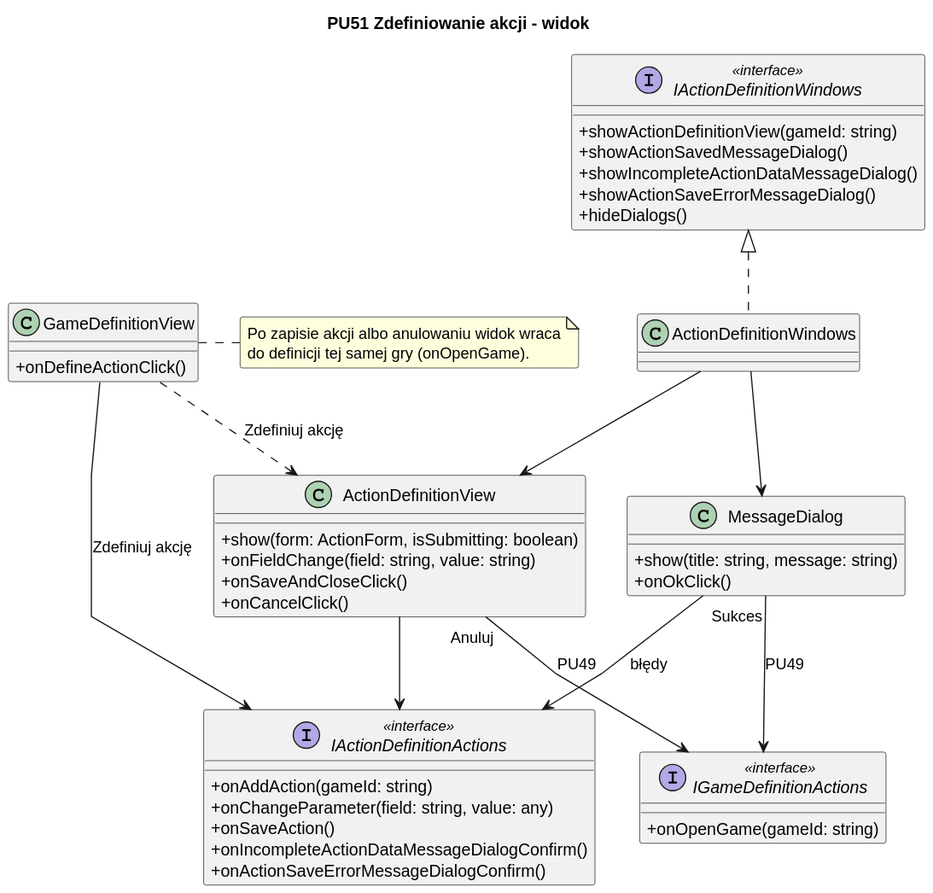
This is diagrams/frontend/rendered/action-definition-view.svg from Igor-Ochocki/POP-2026Z, a PlantUML export, as it was before one commit.
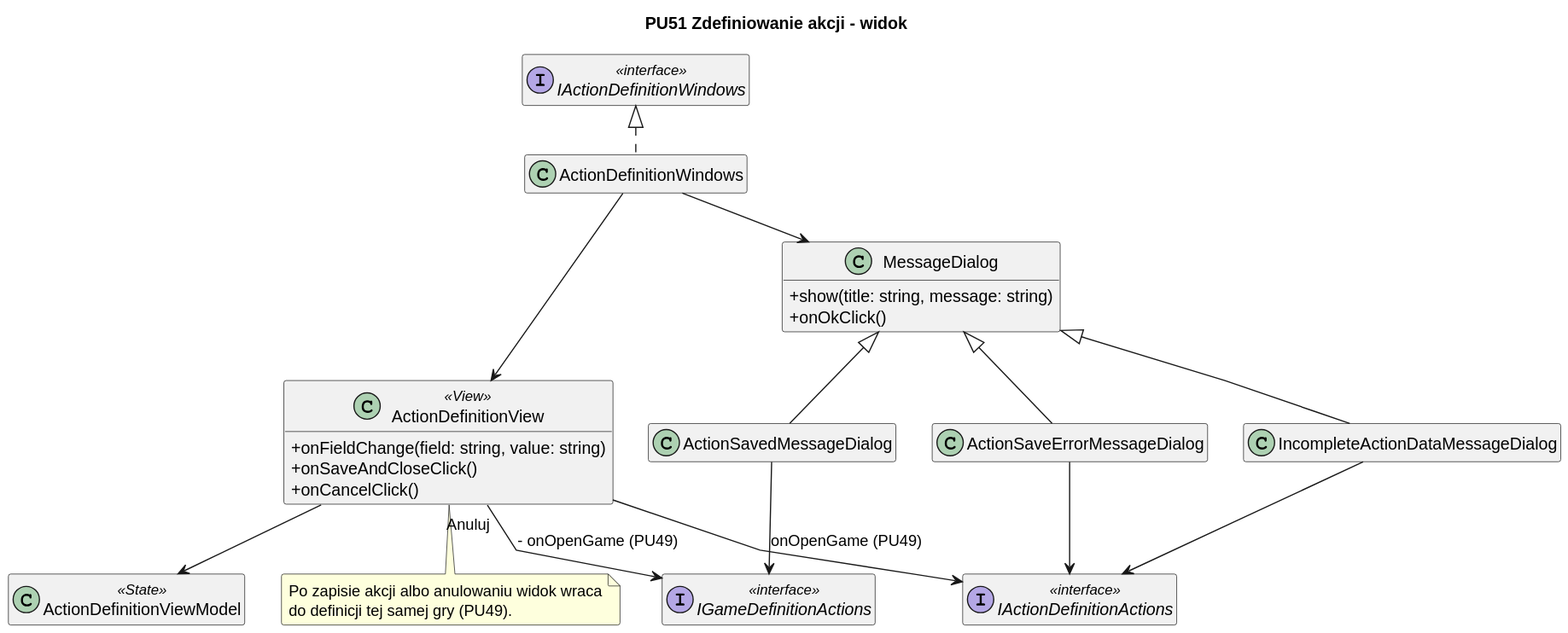
After the change.

Diff of the diagram source:
```diff
@@ -4,15 +4,13 @@
 skinparam shadowing false
 skinparam roundcorner 4
 skinparam linetype polyline
+skinparam nodesep 30
+skinparam ranksep 40
+hide empty members
 
 title PU51 Zdefiniowanie akcji - widok
 
-class GameDefinitionView {
-    + onDefineActionClick()
-}
-
-class ActionDefinitionView {
-    + show(form: ActionForm, isSubmitting: boolean)
+class ActionDefinitionView <<View>> {
     + onFieldChange(field: string, value: string)
     + onSaveAndCloseClick()
     + onCancelClick()
@@ -23,42 +21,33 @@
     + onOkClick()
 }
 
-interface IActionDefinitionActions <<interface>> {
-    + onAddAction(gameId: string)
-    + onChangeParameter(field: string, value: any)
-    + onSaveAction()
-    + onIncompleteActionDataMessageDialogConfirm()
-    + onActionSaveErrorMessageDialogConfirm()
-}
+class ActionSavedMessageDialog
+class IncompleteActionDataMessageDialog
+class ActionSaveErrorMessageDialog
 
-interface IActionDefinitionWindows <<interface>> {
-    + showActionDefinitionView(gameId: string)
-    + showActionSavedMessageDialog()
-    + showIncompleteActionDataMessageDialog()
-    + showActionSaveErrorMessageDialog()
-    + hideDialogs()
-}
-
-interface IGameDefinitionActions <<interface>> {
-    + onOpenGame(gameId: string)
-}
+ActionSavedMessageDialog -u-|> MessageDialog
+IncompleteActionDataMessageDialog -u-|> MessageDialog
+ActionSaveErrorMessageDialog -u-|> MessageDialog
 
 class ActionDefinitionWindows
+interface IActionDefinitionWindows <<interface>>
+interface IActionDefinitionActions <<interface>>
+class ActionDefinitionViewModel <<State>>
+interface IGameDefinitionActions <<interface>>
 
 ActionDefinitionWindows .u.|> IActionDefinitionWindows
 ActionDefinitionWindows --> ActionDefinitionView
 ActionDefinitionWindows --> MessageDialog
 
-GameDefinitionView --> IActionDefinitionActions : "Zdefiniuj akcję"
 ActionDefinitionView --> IActionDefinitionActions
-MessageDialog --> IActionDefinitionActions : błędy
-ActionDefinitionView --> IGameDefinitionActions : "Anuluj" (PU49)
-MessageDialog --> IGameDefinitionActions : "Sukces" (PU49)
+ActionDefinitionView --> ActionDefinitionViewModel
+IncompleteActionDataMessageDialog --> IActionDefinitionActions
+ActionSaveErrorMessageDialog --> IActionDefinitionActions
+ActionDefinitionView --> IGameDefinitionActions : "Anuluj" - onOpenGame (PU49)
+ActionSavedMessageDialog --> IGameDefinitionActions : onOpenGame (PU49)
 
-GameDefinitionView ..> ActionDefinitionView : "Zdefiniuj akcję"
-
-note right of GameDefinitionView
+note bottom of ActionDefinitionView
     Po zapisie akcji albo anulowaniu widok wraca
-    do definicji tej samej gry (onOpenGame).
+    do definicji tej samej gry (PU49).
 end note
 @enduml
```
